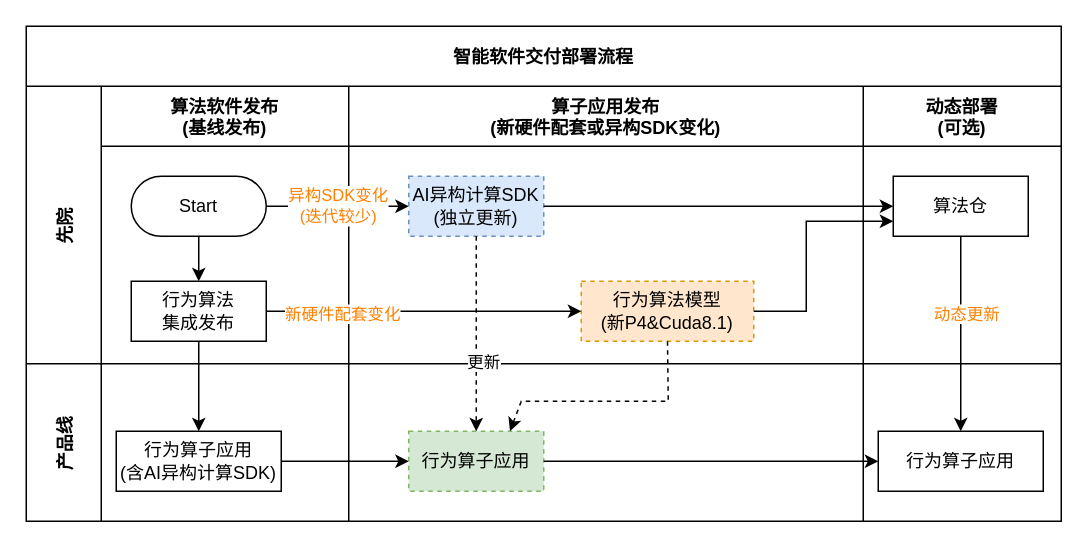
The draw.io diagram architech_2.drawio in snowolfhawk/ceph-scripts, before the edit. Source tidied: cells renumbered, new cells numbered last; positions are measured from the earlier drawing's top-left corner, leaving out a move shared by most shapes. Both pictures are drawn from the tidied source at 150%, with x=0, y=0 at pixel (26, 26).
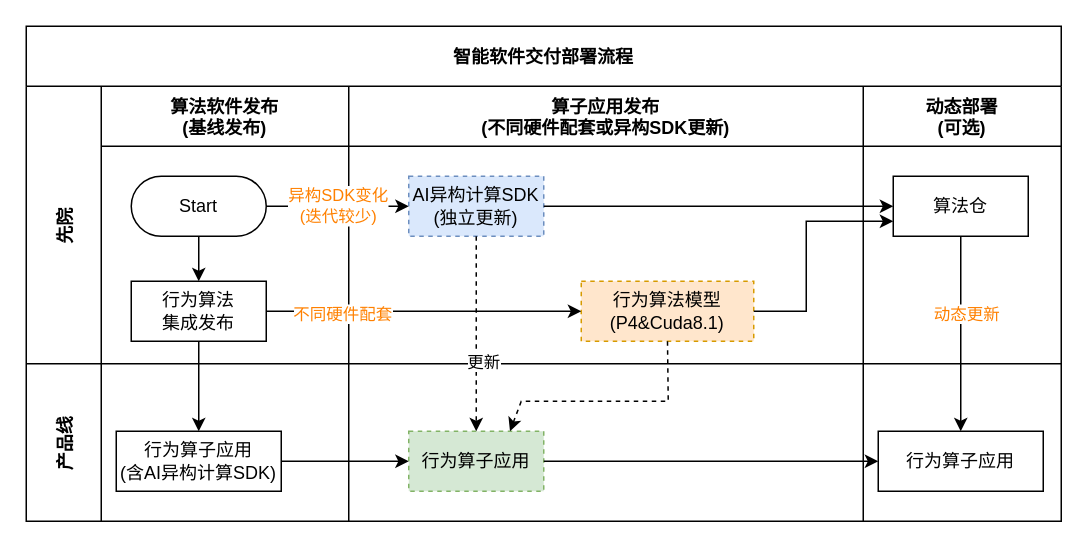
Above is the later version.

Unchanged cells that the change refers to:
```xml
<mxCell id="4" value="先院" style="shape=tableRow;horizontal=0;swimlaneHead=0;swimlaneBody=0;top=0;left=0;bottom=0;right=0;fillColor=none;startSize=50;fontStyle=1;" parent="2" vertex="1">
  <mxGeometry y="40" width="690" height="185" as="geometry" />
</mxCell>
<mxCell id="15" style="endArrow=classic;html=1;rounded=0;exitX=1;exitY=0.5;exitDx=0;exitDy=0;entryX=0;entryY=0.5;entryDx=0;entryDy=0;" parent="4" edge="1" source="8" target="11">
  <mxGeometry relative="1" as="geometry" />
</mxCell>
```

The edit, as a diff of the source:
```diff
@@
-    <mxCell id="9" value="算子应用发布&#10;(新硬件配套或异构SDK变化)" style="swimlane;swimlaneHead=0;swimlaneBody=0;fillColor=none;startSize=40;fontStyle=1;" parent="4" vertex="1">
+    <mxCell id="9" value="算子应用发布&#10;(不同硬件配套或异构SDK更新)" style="swimlane;swimlaneHead=0;swimlaneBody=0;fillColor=none;startSize=40;fontStyle=1;" parent="4" vertex="1">
       <mxGeometry x="215" width="343" height="185" as="geometry" />
     </mxCell>
@@
-    <mxCell id="11" value="行为算法模型&lt;br&gt;(新P4&amp;amp;Cuda8.1)" style="rounded=0;whiteSpace=wrap;html=1;fillColor=#ffe6cc;strokeColor=#d79b00;dashed=1;" parent="9" vertex="1">
+    <mxCell id="11" value="行为算法模型&lt;br&gt;(P4&amp;amp;Cuda8.1)" style="rounded=0;whiteSpace=wrap;html=1;fillColor=#ffe6cc;strokeColor=#d79b00;dashed=1;" parent="9" vertex="1">
       <mxGeometry x="155" y="130" width="115" height="40" as="geometry" />
     </mxCell>
@@
-    <mxCell id="16" value="&lt;font color=&quot;#ff8000&quot;&gt;新硬件配套变化&lt;/font&gt;" style="edgeLabel;html=1;align=center;verticalAlign=middle;" parent="15" vertex="1">
+    <mxCell id="16" value="&lt;font color=&quot;#ff8000&quot;&gt;不同硬件配套&lt;/font&gt;" style="edgeLabel;html=1;align=center;verticalAlign=middle;" parent="15" vertex="1">
       <mxGeometry x="-0.52" y="-1" relative="1" as="geometry" />
     </mxCell>
```
